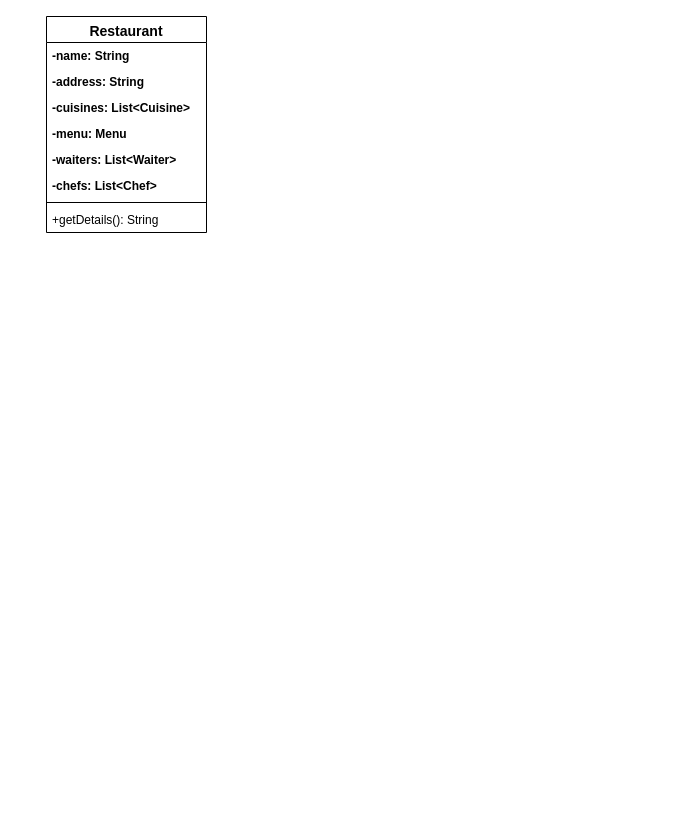
Earlier version of the draw.io diagram Restaurant Management System Class Diagram.drawio (geeky-sanjay/class-diagrams). Source tidied: cells renumbered, new cells numbered last; positions are measured from the earlier drawing's top-left corner, leaving out a move shared by most shapes. Both pictures are drawn from the tidied source at 100%, with x=0, y=0 at pixel (46, 16).
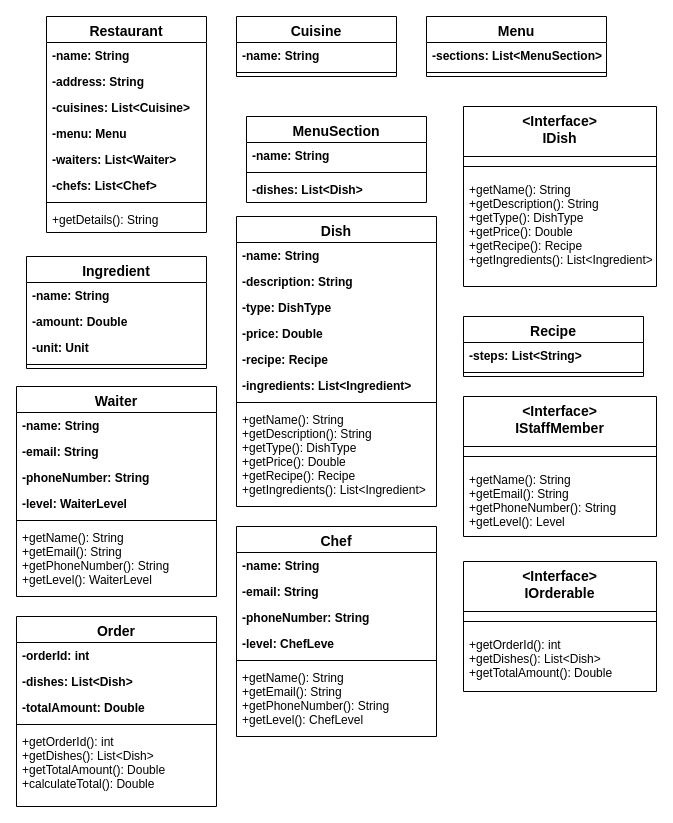
Above is the later version.

Diff of the diagram source:
```diff
@@
+    <mxCell id="11" value="Cuisine" style="swimlane;fontStyle=1;align=center;verticalAlign=top;horizontal=1;startSize=26;rounded=0;shadow=0;strokeWidth=1;fontSize=14;" parent="1" vertex="1">
+      <mxGeometry x="190" width="160" height="60" as="geometry" />
+    </mxCell>
+    <mxCell id="12" value="-name: String" style="text;align=left;verticalAlign=top;spacingLeft=4;spacingRight=4;overflow=hidden;fontStyle=1;" parent="11" vertex="1">
+      <mxGeometry y="26" width="160" height="26" as="geometry" />
+    </mxCell>
+    <mxCell id="13" style="line;html=1;strokeWidth=1;align=left;verticalAlign=middle;spacingTop=-1;spacingLeft=3;spacingRight=3;labelPosition=right;" parent="11" vertex="1">
+      <mxGeometry y="52" width="160" height="8" as="geometry" />
+    </mxCell>
+    <mxCell id="14" value="Menu" style="swimlane;fontStyle=1;align=center;verticalAlign=top;horizontal=1;startSize=26;rounded=0;shadow=0;strokeWidth=1;fontSize=14;" parent="1" vertex="1">
+      <mxGeometry x="380" width="180" height="60" as="geometry" />
+    </mxCell>
+    <mxCell id="15" value="-sections: List&lt;MenuSection&gt;" style="text;align=left;verticalAlign=top;spacingLeft=4;spacingRight=4;overflow=hidden;fontStyle=1;" parent="14" vertex="1">
+      <mxGeometry y="26" width="180" height="26" as="geometry" />
+    </mxCell>
+    <mxCell id="16" style="line;html=1;strokeWidth=1;align=left;verticalAlign=middle;spacingTop=-1;spacingLeft=3;spacingRight=3;labelPosition=right;" parent="14" vertex="1">
+      <mxGeometry y="52" width="180" height="8" as="geometry" />
+    </mxCell>
+    <mxCell id="17" value="Ingredient" style="swimlane;fontStyle=1;align=center;verticalAlign=top;horizontal=1;startSize=26;rounded=0;shadow=0;strokeWidth=1;fontSize=14;" parent="1" vertex="1">
+      <mxGeometry x="-20" y="240" width="180" height="112" as="geometry" />
+    </mxCell>
+    <mxCell id="18" value="-name: String " style="text;align=left;verticalAlign=top;spacingLeft=4;spacingRight=4;overflow=hidden;fontStyle=1;" parent="17" vertex="1">
+      <mxGeometry y="26" width="180" height="26" as="geometry" />
+    </mxCell>
+    <mxCell id="19" value="-amount: Double " style="text;align=left;verticalAlign=top;spacingLeft=4;spacingRight=4;overflow=hidden;fontStyle=1;" parent="17" vertex="1">
+      <mxGeometry y="52" width="180" height="26" as="geometry" />
+    </mxCell>
+    <mxCell id="20" value="-unit: Unit" style="text;align=left;verticalAlign=top;spacingLeft=4;spacingRight=4;overflow=hidden;fontStyle=1;" parent="17" vertex="1">
+      <mxGeometry y="78" width="180" height="26" as="geometry" />
+    </mxCell>
+    <mxCell id="21" style="line;html=1;strokeWidth=1;align=left;verticalAlign=middle;spacingTop=-1;spacingLeft=3;spacingRight=3;labelPosition=right;" parent="17" vertex="1">
+      <mxGeometry y="104" width="180" height="8" as="geometry" />
+    </mxCell>
+    <mxCell id="22" value="&lt;Interface&gt;&#10;IDish" style="swimlane;fontStyle=1;align=center;verticalAlign=top;horizontal=1;startSize=50;rounded=0;shadow=0;strokeWidth=1;fontSize=14;" parent="1" vertex="1">
+      <mxGeometry x="417" y="90" width="193" height="180" as="geometry" />
+    </mxCell>
+    <mxCell id="23" style="line;html=1;strokeWidth=1;align=left;verticalAlign=middle;spacingTop=-1;spacingLeft=3;spacingRight=3;labelPosition=right;" parent="22" vertex="1">
+      <mxGeometry y="50" width="193" height="20" as="geometry" />
+    </mxCell>
+    <mxCell id="24" value="+getName(): String   &#10;+getDescription(): String &#10;+getType(): DishType &#10;+getPrice(): Double  &#10;+getRecipe(): Recipe &#10;+getIngredients(): List&lt;Ingredient&gt;" style="text;align=left;verticalAlign=top;spacingLeft=4;spacingRight=4;overflow=hidden;fontStyle=0;" parent="22" vertex="1">
+      <mxGeometry y="70" width="193" height="100" as="geometry" />
+    </mxCell>
+    <mxCell id="25" value="Dish" style="swimlane;fontStyle=1;align=center;verticalAlign=top;horizontal=1;startSize=26;rounded=0;shadow=0;strokeWidth=1;fontSize=14;" parent="1" vertex="1">
+      <mxGeometry x="190" y="200" width="200" height="290" as="geometry" />
+    </mxCell>
+    <mxCell id="26" value="-name: String" style="text;align=left;verticalAlign=top;spacingLeft=4;spacingRight=4;overflow=hidden;fontStyle=1;" parent="25" vertex="1">
+      <mxGeometry y="26" width="200" height="26" as="geometry" />
+    </mxCell>
+    <mxCell id="27" value="-description: String" style="text;align=left;verticalAlign=top;spacingLeft=4;spacingRight=4;overflow=hidden;rounded=0;shadow=0;html=0;fontStyle=1;" parent="25" vertex="1">
+      <mxGeometry y="52" width="200" height="26" as="geometry" />
+    </mxCell>
+    <mxCell id="28" value="-type: DishType " style="text;align=left;verticalAlign=top;spacingLeft=4;spacingRight=4;overflow=hidden;rounded=0;shadow=0;html=0;fontStyle=1;" parent="25" vertex="1">
+      <mxGeometry y="78" width="200" height="26" as="geometry" />
+    </mxCell>
+    <mxCell id="29" value="-price: Double " style="text;align=left;verticalAlign=top;spacingLeft=4;spacingRight=4;overflow=hidden;fontStyle=1;" parent="25" vertex="1">
+      <mxGeometry y="104" width="200" height="26" as="geometry" />
+    </mxCell>
+    <mxCell id="30" value="-recipe: Recipe " style="text;align=left;verticalAlign=top;spacingLeft=4;spacingRight=4;overflow=hidden;rounded=0;shadow=0;html=0;fontStyle=1;" parent="25" vertex="1">
+      <mxGeometry y="130" width="200" height="26" as="geometry" />
+    </mxCell>
+    <mxCell id="31" value="-ingredients: List&lt;Ingredient&gt;" style="text;align=left;verticalAlign=top;spacingLeft=4;spacingRight=4;overflow=hidden;fontStyle=1;" parent="25" vertex="1">
+      <mxGeometry y="156" width="200" height="26" as="geometry" />
+    </mxCell>
+    <mxCell id="32" style="line;html=1;strokeWidth=1;align=left;verticalAlign=middle;spacingTop=-1;spacingLeft=3;spacingRight=3;labelPosition=right;" parent="25" vertex="1">
+      <mxGeometry y="182" width="200" height="8" as="geometry" />
+    </mxCell>
+    <mxCell id="33" value="+getName(): String   &#10;+getDescription(): String &#10;+getType(): DishType &#10;+getPrice(): Double  &#10;+getRecipe(): Recipe &#10;+getIngredients(): List&lt;Ingredient&gt;" style="text;align=left;verticalAlign=top;spacingLeft=4;spacingRight=4;overflow=hidden;rounded=0;shadow=0;html=0;" parent="25" vertex="1">
+      <mxGeometry y="190" width="200" height="100" as="geometry" />
+    </mxCell>
+    <mxCell id="34" value="MenuSection" style="swimlane;fontStyle=1;align=center;verticalAlign=top;horizontal=1;startSize=26;rounded=0;shadow=0;strokeWidth=1;fontSize=14;" parent="1" vertex="1">
+      <mxGeometry x="200" y="100" width="180" height="86" as="geometry" />
+    </mxCell>
+    <mxCell id="35" value="-name: String " style="text;align=left;verticalAlign=top;spacingLeft=4;spacingRight=4;overflow=hidden;fontStyle=1;" parent="34" vertex="1">
+      <mxGeometry y="26" width="180" height="26" as="geometry" />
+    </mxCell>
+    <mxCell id="36" style="line;html=1;strokeWidth=1;align=left;verticalAlign=middle;spacingTop=-1;spacingLeft=3;spacingRight=3;labelPosition=right;" parent="34" vertex="1">
+      <mxGeometry y="52" width="180" height="8" as="geometry" />
+    </mxCell>
+    <mxCell id="37" value="-dishes: List&lt;Dish&gt;" style="text;align=left;verticalAlign=top;spacingLeft=4;spacingRight=4;overflow=hidden;fontStyle=1;" parent="34" vertex="1">
+      <mxGeometry y="60" width="180" height="26" as="geometry" />
+    </mxCell>
+    <mxCell id="38" value="Recipe" style="swimlane;fontStyle=1;align=center;verticalAlign=top;horizontal=1;startSize=26;rounded=0;shadow=0;strokeWidth=1;fontSize=14;" parent="1" vertex="1">
+      <mxGeometry x="417" y="300" width="180" height="60" as="geometry" />
+    </mxCell>
+    <mxCell id="39" value="-steps: List&lt;String&gt;" style="text;align=left;verticalAlign=top;spacingLeft=4;spacingRight=4;overflow=hidden;fontStyle=1;" parent="38" vertex="1">
+      <mxGeometry y="26" width="180" height="26" as="geometry" />
+    </mxCell>
+    <mxCell id="40" style="line;html=1;strokeWidth=1;align=left;verticalAlign=middle;spacingTop=-1;spacingLeft=3;spacingRight=3;labelPosition=right;" parent="38" vertex="1">
+      <mxGeometry y="52" width="180" height="8" as="geometry" />
+    </mxCell>
+    <mxCell id="41" value="&lt;Interface&gt;&#10;IStaffMember" style="swimlane;fontStyle=1;align=center;verticalAlign=top;horizontal=1;startSize=50;rounded=0;shadow=0;strokeWidth=1;fontSize=14;" parent="1" vertex="1">
+      <mxGeometry x="417" y="380" width="193" height="140" as="geometry" />
+    </mxCell>
+    <mxCell id="42" style="line;html=1;strokeWidth=1;align=left;verticalAlign=middle;spacingTop=-1;spacingLeft=3;spacingRight=3;labelPosition=right;" parent="41" vertex="1">
+      <mxGeometry y="50" width="193" height="20" as="geometry" />
+    </mxCell>
+    <mxCell id="43" value="+getName(): String   &#10;+getEmail(): String  &#10;+getPhoneNumber(): String &#10;+getLevel(): Level" style="text;align=left;verticalAlign=top;spacingLeft=4;spacingRight=4;overflow=hidden;fontStyle=0;" parent="41" vertex="1">
+      <mxGeometry y="70" width="193" height="70" as="geometry" />
+    </mxCell>
+    <mxCell id="44" value="Waiter" style="swimlane;fontStyle=1;align=center;verticalAlign=top;horizontal=1;startSize=26;rounded=0;shadow=0;strokeWidth=1;fontSize=14;" parent="1" vertex="1">
+      <mxGeometry x="-30" y="370" width="200" height="210" as="geometry" />
+    </mxCell>
+    <mxCell id="45" value="-name: String " style="text;align=left;verticalAlign=top;spacingLeft=4;spacingRight=4;overflow=hidden;fontStyle=1;" parent="44" vertex="1">
+      <mxGeometry y="26" width="200" height="26" as="geometry" />
+    </mxCell>
+    <mxCell id="46" value="-email: String " style="text;align=left;verticalAlign=top;spacingLeft=4;spacingRight=4;overflow=hidden;rounded=0;shadow=0;html=0;fontStyle=1;" parent="44" vertex="1">
+      <mxGeometry y="52" width="200" height="26" as="geometry" />
+    </mxCell>
+    <mxCell id="47" value="-phoneNumber: String " style="text;align=left;verticalAlign=top;spacingLeft=4;spacingRight=4;overflow=hidden;rounded=0;shadow=0;html=0;fontStyle=1;" parent="44" vertex="1">
+      <mxGeometry y="78" width="200" height="26" as="geometry" />
+    </mxCell>
+    <mxCell id="48" value="-level: WaiterLevel" style="text;align=left;verticalAlign=top;spacingLeft=4;spacingRight=4;overflow=hidden;fontStyle=1;" parent="44" vertex="1">
+      <mxGeometry y="104" width="200" height="26" as="geometry" />
+    </mxCell>
+    <mxCell id="49" style="line;html=1;strokeWidth=1;align=left;verticalAlign=middle;spacingTop=-1;spacingLeft=3;spacingRight=3;labelPosition=right;" parent="44" vertex="1">
+      <mxGeometry y="130" width="200" height="8" as="geometry" />
+    </mxCell>
+    <mxCell id="50" value="+getName(): String   &#10;+getEmail(): String  &#10;+getPhoneNumber(): String &#10;+getLevel(): WaiterLevel" style="text;align=left;verticalAlign=top;spacingLeft=4;spacingRight=4;overflow=hidden;rounded=0;shadow=0;html=0;" parent="44" vertex="1">
+      <mxGeometry y="138" width="200" height="72" as="geometry" />
+    </mxCell>
+    <mxCell id="51" value="Chef" style="swimlane;fontStyle=1;align=center;verticalAlign=top;horizontal=1;startSize=26;rounded=0;shadow=0;strokeWidth=1;fontSize=14;" parent="1" vertex="1">
+      <mxGeometry x="190" y="510" width="200" height="210" as="geometry" />
+    </mxCell>
+    <mxCell id="52" value="-name: String " style="text;align=left;verticalAlign=top;spacingLeft=4;spacingRight=4;overflow=hidden;fontStyle=1;" parent="51" vertex="1">
+      <mxGeometry y="26" width="200" height="26" as="geometry" />
+    </mxCell>
+    <mxCell id="53" value="-email: String " style="text;align=left;verticalAlign=top;spacingLeft=4;spacingRight=4;overflow=hidden;rounded=0;shadow=0;html=0;fontStyle=1;" parent="51" vertex="1">
+      <mxGeometry y="52" width="200" height="26" as="geometry" />
+    </mxCell>
+    <mxCell id="54" value="-phoneNumber: String " style="text;align=left;verticalAlign=top;spacingLeft=4;spacingRight=4;overflow=hidden;rounded=0;shadow=0;html=0;fontStyle=1;" parent="51" vertex="1">
+      <mxGeometry y="78" width="200" height="26" as="geometry" />
+    </mxCell>
+    <mxCell id="55" value="-level: ChefLeve" style="text;align=left;verticalAlign=top;spacingLeft=4;spacingRight=4;overflow=hidden;fontStyle=1;" parent="51" vertex="1">
+      <mxGeometry y="104" width="200" height="26" as="geometry" />
+    </mxCell>
+    <mxCell id="56" style="line;html=1;strokeWidth=1;align=left;verticalAlign=middle;spacingTop=-1;spacingLeft=3;spacingRight=3;labelPosition=right;" parent="51" vertex="1">
+      <mxGeometry y="130" width="200" height="8" as="geometry" />
+    </mxCell>
+    <mxCell id="57" value="+getName(): String   &#10;+getEmail(): String  &#10;+getPhoneNumber(): String &#10;+getLevel(): ChefLevel&#10;" style="text;align=left;verticalAlign=top;spacingLeft=4;spacingRight=4;overflow=hidden;rounded=0;shadow=0;html=0;" parent="51" vertex="1">
+      <mxGeometry y="138" width="200" height="72" as="geometry" />
+    </mxCell>
+    <mxCell id="58" value="&lt;Interface&gt;&#10;IOrderable" style="swimlane;fontStyle=1;align=center;verticalAlign=top;horizontal=1;startSize=50;rounded=0;shadow=0;strokeWidth=1;fontSize=14;" parent="1" vertex="1">
+      <mxGeometry x="417" y="545" width="193" height="130" as="geometry" />
+    </mxCell>
+    <mxCell id="59" style="line;html=1;strokeWidth=1;align=left;verticalAlign=middle;spacingTop=-1;spacingLeft=3;spacingRight=3;labelPosition=right;" parent="58" vertex="1">
+      <mxGeometry y="50" width="193" height="20" as="geometry" />
+    </mxCell>
+    <mxCell id="60" value="+getOrderId(): int   &#10;+getDishes(): List&lt;Dish&gt; &#10;+getTotalAmount(): Double" style="text;align=left;verticalAlign=top;spacingLeft=4;spacingRight=4;overflow=hidden;fontStyle=0;" parent="58" vertex="1">
+      <mxGeometry y="70" width="193" height="60" as="geometry" />
+    </mxCell>
+    <mxCell id="61" value="Order" style="swimlane;fontStyle=1;align=center;verticalAlign=top;horizontal=1;startSize=26;rounded=0;shadow=0;strokeWidth=1;fontSize=14;" parent="1" vertex="1">
+      <mxGeometry x="-30" y="600" width="200" height="190" as="geometry" />
+    </mxCell>
+    <mxCell id="62" value="-orderId: int        &#10;" style="text;align=left;verticalAlign=top;spacingLeft=4;spacingRight=4;overflow=hidden;fontStyle=1;" parent="61" vertex="1">
+      <mxGeometry y="26" width="200" height="26" as="geometry" />
+    </mxCell>
+    <mxCell id="63" value="-dishes: List&lt;Dish&gt;" style="text;align=left;verticalAlign=top;spacingLeft=4;spacingRight=4;overflow=hidden;rounded=0;shadow=0;html=0;fontStyle=1;" parent="61" vertex="1">
+      <mxGeometry y="52" width="200" height="26" as="geometry" />
+    </mxCell>
+    <mxCell id="64" value="-totalAmount: Double " style="text;align=left;verticalAlign=top;spacingLeft=4;spacingRight=4;overflow=hidden;rounded=0;shadow=0;html=0;fontStyle=1;" parent="61" vertex="1">
+      <mxGeometry y="78" width="200" height="26" as="geometry" />
+    </mxCell>
+    <mxCell id="65" style="line;html=1;strokeWidth=1;align=left;verticalAlign=middle;spacingTop=-1;spacingLeft=3;spacingRight=3;labelPosition=right;" parent="61" vertex="1">
+      <mxGeometry y="104" width="200" height="8" as="geometry" />
+    </mxCell>
+    <mxCell id="66" value="+getOrderId(): int   &#10;+getDishes(): List&lt;Dish&gt; &#10;+getTotalAmount(): Double&#10;+calculateTotal(): Double" style="text;align=left;verticalAlign=top;spacingLeft=4;spacingRight=4;overflow=hidden;rounded=0;shadow=0;html=0;" parent="61" vertex="1">
+      <mxGeometry y="112" width="200" height="72" as="geometry" />
+    </mxCell>
```
